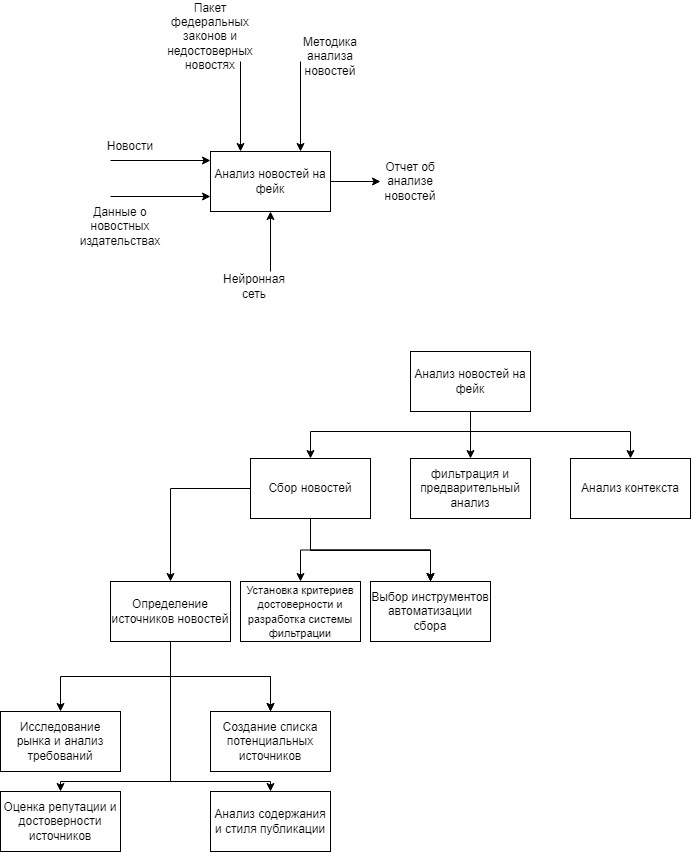
Before: декмопозиця + ЧЯ.drawio.png, a diagram exported from draw.io (IlyaMolchanovv/TPPO). Source tidied: cells renumbered, new cells last; positions are measured from the earlier drawing's top-left corner, leaving out a move shared by most shapes.
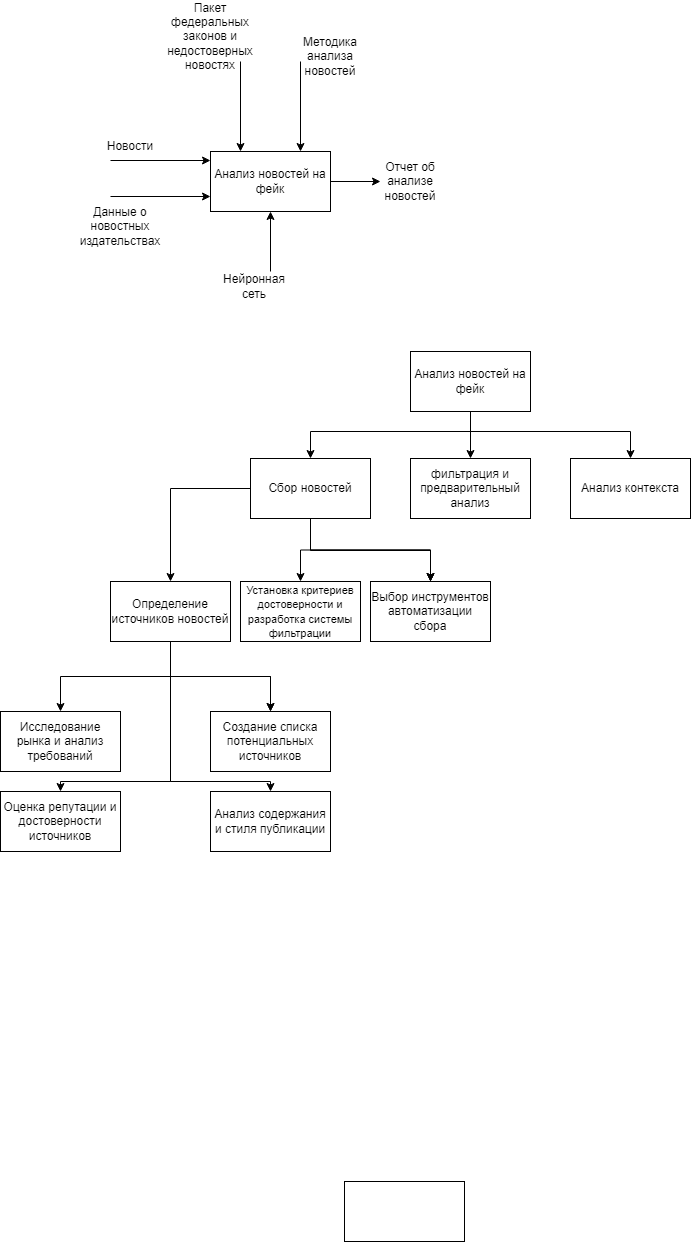
The same file after the commit.

Diff of the diagram source:
```diff
@@ -151,5 +151,8 @@
     <mxCell id="38" value="Анализ содержания и стиля публикации" style="rounded=0;whiteSpace=wrap;html=1;" parent="1" vertex="1">
       <mxGeometry x="210" y="770" width="120" height="60" as="geometry" />
     </mxCell>
+    <mxCell id="39" style="rounded=0;whiteSpace=wrap;html=1;" parent="1" vertex="1">
+      <mxGeometry x="344" y="1160" width="120" height="60" as="geometry" />
+    </mxCell>
   </root>
 </mxGraphModel>
```
